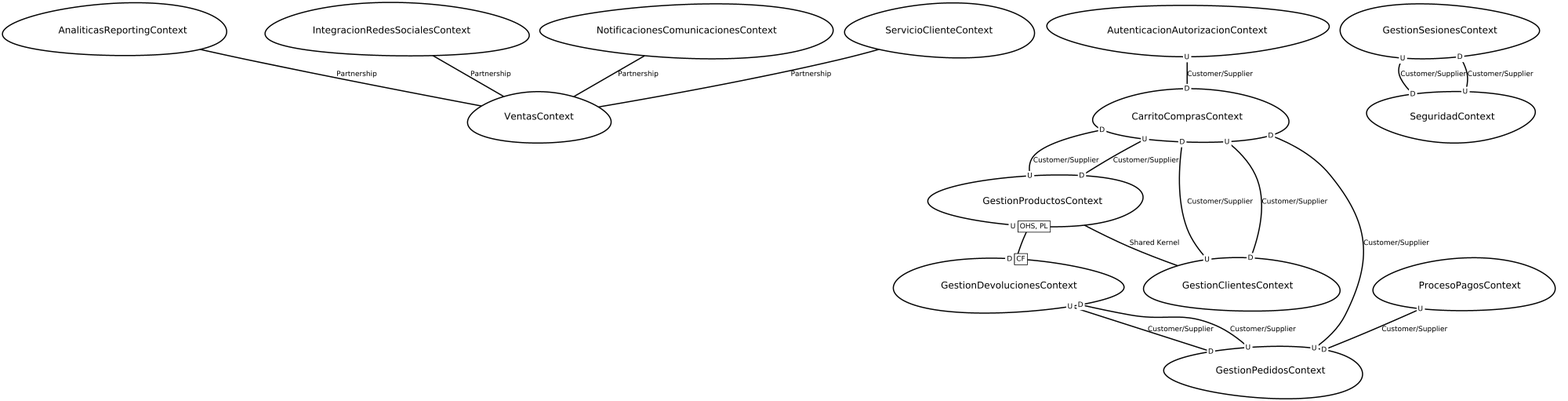
Above: src-gen/LAB02_proyectoEcomerce_ContexMapper_ContextMap.png in Jhonat20/LAB02_proyectoEcomerce_ContexMapper (Graphviz), before the change. Its source is kept beside it as src-gen/LAB02_proyectoEcomerce_ContexMapper_ContextMap.gv. Source of this version:
```dot
digraph "ContextMapGraph" {
graph ["imagepath"="/tmp/GraphvizJava"]
"AnaliticasReportingContext" ["margin"="0.3","orientation"="15","shape"="egg","fontsize"="16","style"="bold","label"="AnaliticasReportingContext\n","fontname"="sans-serif"]
"VentasContext" ["margin"="0.3","orientation"="57","shape"="egg","fontsize"="16","style"="bold","label"="VentasContext\n","fontname"="sans-serif"]
"AutenticacionAutorizacionContext" ["margin"="0.3","orientation"="44","shape"="egg","fontsize"="16","style"="bold","label"="AutenticacionAutorizacionContext\n","fontname"="sans-serif"]
"CarritoComprasContext" ["margin"="0.3","orientation"="51","shape"="egg","fontsize"="16","style"="bold","label"="CarritoComprasContext\n","fontname"="sans-serif"]
"GestionProductosContext" ["margin"="0.3","orientation"="178","shape"="egg","fontsize"="16","style"="bold","label"="GestionProductosContext\n","fontname"="sans-serif"]
"GestionDevolucionesContext" ["margin"="0.3","orientation"="345","shape"="egg","fontsize"="16","style"="bold","label"="GestionDevolucionesContext\n","fontname"="sans-serif"]
"GestionPedidosContext" ["margin"="0.3","orientation"="192","shape"="egg","fontsize"="16","style"="bold","label"="GestionPedidosContext\n","fontname"="sans-serif"]
"GestionClientesContext" ["margin"="0.3","orientation"="251","shape"="egg","fontsize"="16","style"="bold","label"="GestionClientesContext\n","fontname"="sans-serif"]
"GestionSesionesContext" ["margin"="0.3","orientation"="184","shape"="egg","fontsize"="16","style"="bold","label"="GestionSesionesContext\n","fontname"="sans-serif"]
"SeguridadContext" ["margin"="0.3","orientation"="184","shape"="egg","fontsize"="16","style"="bold","label"="SeguridadContext\n","fontname"="sans-serif"]
"IntegracionRedesSocialesContext" ["margin"="0.3","orientation"="333","shape"="egg","fontsize"="16","style"="bold","label"="IntegracionRedesSocialesContext\n","fontname"="sans-serif"]
"NotificacionesComunicacionesContext" ["margin"="0.3","orientation"="131","shape"="egg","fontsize"="16","style"="bold","label"="NotificacionesComunicacionesContext\n","fontname"="sans-serif"]
"ProcesoPagosContext" ["margin"="0.3","orientation"="167","shape"="egg","fontsize"="16","style"="bold","label"="ProcesoPagosContext\n","fontname"="sans-serif"]
"ServicioClienteContext" ["margin"="0.3","orientation"="206","shape"="egg","fontsize"="16","style"="bold","label"="ServicioClienteContext\n","fontname"="sans-serif"]
"AnaliticasReportingContext" -> "VentasContext" ["fontsize"="12","style"="bold","label"="Partnership","dir"="none","fontname"="sans-serif"]
"AutenticacionAutorizacionContext" -> "CarritoComprasContext" ["headlabel"=<<table cellspacing="0" cellborder="0" border="0">
<tr><td bgcolor="white">D</td></tr>
</table>>,"labeldistance"="0","fontsize"="12","taillabel"=<<table cellspacing="0" cellborder="0" border="0">
<tr><td bgcolor="white">U</td></tr>
</table>>,"style"="bold","label"="Customer/Supplier","dir"="none","fontname"="sans-serif"]
"CarritoComprasContext" -> "GestionProductosContext" ["headlabel"=<<table cellspacing="0" cellborder="0" border="0">
<tr><td bgcolor="white">D</td></tr>
</table>>,"labeldistance"="0","fontsize"="12","taillabel"=<<table cellspacing="0" cellborder="0" border="0">
<tr><td bgcolor="white">U</td></tr>
</table>>,"style"="bold","label"="Customer/Supplier","dir"="none","fontname"="sans-serif"]
"CarritoComprasContext" -> "GestionClientesContext" ["headlabel"=<<table cellspacing="0" cellborder="0" border="0">
<tr><td bgcolor="white">D</td></tr>
</table>>,"labeldistance"="0","fontsize"="12","taillabel"=<<table cellspacing="0" cellborder="0" border="0">
<tr><td bgcolor="white">U</td></tr>
</table>>,"style"="bold","label"="Customer/Supplier","dir"="none","fontname"="sans-serif"]
"GestionProductosContext" -> "CarritoComprasContext" ["headlabel"=<<table cellspacing="0" cellborder="0" border="0">
<tr><td bgcolor="white">D</td></tr>
</table>>,"labeldistance"="0","fontsize"="12","taillabel"=<<table cellspacing="0" cellborder="0" border="0">
<tr><td bgcolor="white">U</td></tr>
</table>>,"style"="bold","label"="Customer/Supplier","dir"="none","fontname"="sans-serif"]
"GestionProductosContext" -> "GestionDevolucionesContext" ["headlabel"=<<table cellspacing="0" cellborder="1" border="0">
<tr><td bgcolor="white" sides="r">D</td><td sides="trbl" bgcolor="white"><font>CF</font></td></tr>
</table>>,"labeldistance"="0","fontsize"="12","taillabel"=<<table cellspacing="0" cellborder="1" border="0">
<tr><td bgcolor="white" sides="r">U</td><td sides="trbl" bgcolor="white"><font>OHS, PL</font></td></tr>
</table>>,"style"="bold","label"="                                        ","dir"="none","fontname"="sans-serif"]
"GestionProductosContext" -> "GestionClientesContext" ["fontsize"="12","style"="bold","label"="Shared Kernel","dir"="none","fontname"="sans-serif"]
"GestionDevolucionesContext" -> "GestionPedidosContext" ["headlabel"=<<table cellspacing="0" cellborder="0" border="0">
<tr><td bgcolor="white">D</td></tr>
</table>>,"labeldistance"="0","fontsize"="12","taillabel"=<<table cellspacing="0" cellborder="0" border="0">
<tr><td bgcolor="white">U</td></tr>
</table>>,"style"="bold","label"="Customer/Supplier","dir"="none","fontname"="sans-serif"]
"GestionPedidosContext" -> "GestionDevolucionesContext" ["headlabel"=<<table cellspacing="0" cellborder="0" border="0">
<tr><td bgcolor="white">D</td></tr>
</table>>,"labeldistance"="0","fontsize"="12","taillabel"=<<table cellspacing="0" cellborder="0" border="0">
<tr><td bgcolor="white">U</td></tr>
</table>>,"style"="bold","label"="Customer/Supplier","dir"="none","fontname"="sans-serif"]
"GestionPedidosContext" -> "CarritoComprasContext" ["headlabel"=<<table cellspacing="0" cellborder="0" border="0">
<tr><td bgcolor="white">D</td></tr>
</table>>,"labeldistance"="0","fontsize"="12","taillabel"=<<table cellspacing="0" cellborder="0" border="0">
<tr><td bgcolor="white">U</td></tr>
</table>>,"style"="bold","label"="Customer/Supplier","dir"="none","fontname"="sans-serif"]
"GestionClientesContext" -> "CarritoComprasContext" ["headlabel"=<<table cellspacing="0" cellborder="0" border="0">
<tr><td bgcolor="white">D</td></tr>
</table>>,"labeldistance"="0","fontsize"="12","taillabel"=<<table cellspacing="0" cellborder="0" border="0">
<tr><td bgcolor="white">U</td></tr>
</table>>,"style"="bold","label"="Customer/Supplier","dir"="none","fontname"="sans-serif"]
"GestionSesionesContext" -> "SeguridadContext" ["headlabel"=<<table cellspacing="0" cellborder="0" border="0">
<tr><td bgcolor="white">D</td></tr>
</table>>,"labeldistance"="0","fontsize"="12","taillabel"=<<table cellspacing="0" cellborder="0" border="0">
<tr><td bgcolor="white">U</td></tr>
</table>>,"style"="bold","label"="Customer/Supplier","dir"="none","fontname"="sans-serif"]
"SeguridadContext" -> "GestionSesionesContext" ["headlabel"=<<table cellspacing="0" cellborder="0" border="0">
<tr><td bgcolor="white">D</td></tr>
</table>>,"labeldistance"="0","fontsize"="12","taillabel"=<<table cellspacing="0" cellborder="0" border="0">
<tr><td bgcolor="white">U</td></tr>
</table>>,"style"="bold","label"="Customer/Supplier","dir"="none","fontname"="sans-serif"]
"IntegracionRedesSocialesContext" -> "VentasContext" ["fontsize"="12","style"="bold","label"="Partnership","dir"="none","fontname"="sans-serif"]
"NotificacionesComunicacionesContext" -> "VentasContext" ["fontsize"="12","style"="bold","label"="Partnership","dir"="none","fontname"="sans-serif"]
"ProcesoPagosContext" -> "GestionPedidosContext" ["headlabel"=<<table cellspacing="0" cellborder="0" border="0">
<tr><td bgcolor="white">D</td></tr>
</table>>,"labeldistance"="0","fontsize"="12","taillabel"=<<table cellspacing="0" cellborder="0" border="0">
<tr><td bgcolor="white">U</td></tr>
</table>>,"style"="bold","label"="Customer/Supplier","dir"="none","fontname"="sans-serif"]
"ServicioClienteContext" -> "VentasContext" ["fontsize"="12","style"="bold","label"="Partnership","dir"="none","fontname"="sans-serif"]
}
```
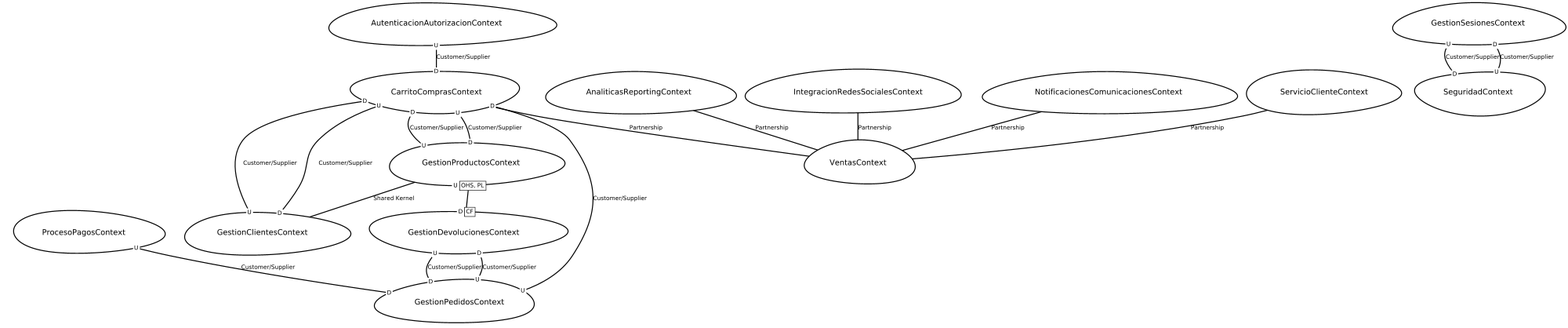
After the commit.

The edit, as a diff of the source:
```diff
@@ -1,19 +1,19 @@
 digraph "ContextMapGraph" {
 graph ["imagepath"="/tmp/GraphvizJava"]
-"AnaliticasReportingContext" ["margin"="0.3","orientation"="15","shape"="egg","fontsize"="16","style"="bold","label"="AnaliticasReportingContext\n","fontname"="sans-serif"]
-"VentasContext" ["margin"="0.3","orientation"="57","shape"="egg","fontsize"="16","style"="bold","label"="VentasContext\n","fontname"="sans-serif"]
-"AutenticacionAutorizacionContext" ["margin"="0.3","orientation"="44","shape"="egg","fontsize"="16","style"="bold","label"="AutenticacionAutorizacionContext\n","fontname"="sans-serif"]
-"CarritoComprasContext" ["margin"="0.3","orientation"="51","shape"="egg","fontsize"="16","style"="bold","label"="CarritoComprasContext\n","fontname"="sans-serif"]
-"GestionProductosContext" ["margin"="0.3","orientation"="178","shape"="egg","fontsize"="16","style"="bold","label"="GestionProductosContext\n","fontname"="sans-serif"]
-"GestionDevolucionesContext" ["margin"="0.3","orientation"="345","shape"="egg","fontsize"="16","style"="bold","label"="GestionDevolucionesContext\n","fontname"="sans-serif"]
-"GestionPedidosContext" ["margin"="0.3","orientation"="192","shape"="egg","fontsize"="16","style"="bold","label"="GestionPedidosContext\n","fontname"="sans-serif"]
-"GestionClientesContext" ["margin"="0.3","orientation"="251","shape"="egg","fontsize"="16","style"="bold","label"="GestionClientesContext\n","fontname"="sans-serif"]
-"GestionSesionesContext" ["margin"="0.3","orientation"="184","shape"="egg","fontsize"="16","style"="bold","label"="GestionSesionesContext\n","fontname"="sans-serif"]
-"SeguridadContext" ["margin"="0.3","orientation"="184","shape"="egg","fontsize"="16","style"="bold","label"="SeguridadContext\n","fontname"="sans-serif"]
-"IntegracionRedesSocialesContext" ["margin"="0.3","orientation"="333","shape"="egg","fontsize"="16","style"="bold","label"="IntegracionRedesSocialesContext\n","fontname"="sans-serif"]
-"NotificacionesComunicacionesContext" ["margin"="0.3","orientation"="131","shape"="egg","fontsize"="16","style"="bold","label"="NotificacionesComunicacionesContext\n","fontname"="sans-serif"]
-"ProcesoPagosContext" ["margin"="0.3","orientation"="167","shape"="egg","fontsize"="16","style"="bold","label"="ProcesoPagosContext\n","fontname"="sans-serif"]
-"ServicioClienteContext" ["margin"="0.3","orientation"="206","shape"="egg","fontsize"="16","style"="bold","label"="ServicioClienteContext\n","fontname"="sans-serif"]
+"AnaliticasReportingContext" ["margin"="0.3","orientation"="70","shape"="egg","fontsize"="16","style"="bold","label"="AnaliticasReportingContext\n","fontname"="sans-serif"]
+"VentasContext" ["margin"="0.3","orientation"="142","shape"="egg","fontsize"="16","style"="bold","label"="VentasContext\n","fontname"="sans-serif"]
+"AutenticacionAutorizacionContext" ["margin"="0.3","orientation"="274","shape"="egg","fontsize"="16","style"="bold","label"="AutenticacionAutorizacionContext\n","fontname"="sans-serif"]
+"CarritoComprasContext" ["margin"="0.3","orientation"="65","shape"="egg","fontsize"="16","style"="bold","label"="CarritoComprasContext\n","fontname"="sans-serif"]
+"GestionProductosContext" ["margin"="0.3","orientation"="29","shape"="egg","fontsize"="16","style"="bold","label"="GestionProductosContext\n","fontname"="sans-serif"]
+"GestionDevolucionesContext" ["margin"="0.3","orientation"="94","shape"="egg","fontsize"="16","style"="bold","label"="GestionDevolucionesContext\n","fontname"="sans-serif"]
+"GestionPedidosContext" ["margin"="0.3","orientation"="313","shape"="egg","fontsize"="16","style"="bold","label"="GestionPedidosContext\n","fontname"="sans-serif"]
+"GestionClientesContext" ["margin"="0.3","orientation"="98","shape"="egg","fontsize"="16","style"="bold","label"="GestionClientesContext\n","fontname"="sans-serif"]
+"GestionSesionesContext" ["margin"="0.3","orientation"="345","shape"="egg","fontsize"="16","style"="bold","label"="GestionSesionesContext\n","fontname"="sans-serif"]
+"SeguridadContext" ["margin"="0.3","orientation"="119","shape"="egg","fontsize"="16","style"="bold","label"="SeguridadContext\n","fontname"="sans-serif"]
+"IntegracionRedesSocialesContext" ["margin"="0.3","orientation"="290","shape"="egg","fontsize"="16","style"="bold","label"="IntegracionRedesSocialesContext\n","fontname"="sans-serif"]
+"NotificacionesComunicacionesContext" ["margin"="0.3","orientation"="130","shape"="egg","fontsize"="16","style"="bold","label"="NotificacionesComunicacionesContext\n","fontname"="sans-serif"]
+"ProcesoPagosContext" ["margin"="0.3","orientation"="217","shape"="egg","fontsize"="16","style"="bold","label"="ProcesoPagosContext\n","fontname"="sans-serif"]
+"ServicioClienteContext" ["margin"="0.3","orientation"="69","shape"="egg","fontsize"="16","style"="bold","label"="ServicioClienteContext\n","fontname"="sans-serif"]
 "AnaliticasReportingContext" -> "VentasContext" ["fontsize"="12","style"="bold","label"="Partnership","dir"="none","fontname"="sans-serif"]
 "AutenticacionAutorizacionContext" -> "CarritoComprasContext" ["headlabel"=<<table cellspacing="0" cellborder="0" border="0">
 <tr><td bgcolor="white">D</td></tr>
@@ -30,6 +30,7 @@
 </table>>,"labeldistance"="0","fontsize"="12","taillabel"=<<table cellspacing="0" cellborder="0" border="0">
 <tr><td bgcolor="white">U</td></tr>
 </table>>,"style"="bold","label"="Customer/Supplier","dir"="none","fontname"="sans-serif"]
+"CarritoComprasContext" -> "VentasContext" ["fontsize"="12","style"="bold","label"="Partnership","dir"="none","fontname"="sans-serif"]
 "GestionProductosContext" -> "CarritoComprasContext" ["headlabel"=<<table cellspacing="0" cellborder="0" border="0">
 <tr><td bgcolor="white">D</td></tr>
 </table>>,"labeldistance"="0","fontsize"="12","taillabel"=<<table cellspacing="0" cellborder="0" border="0">
```
